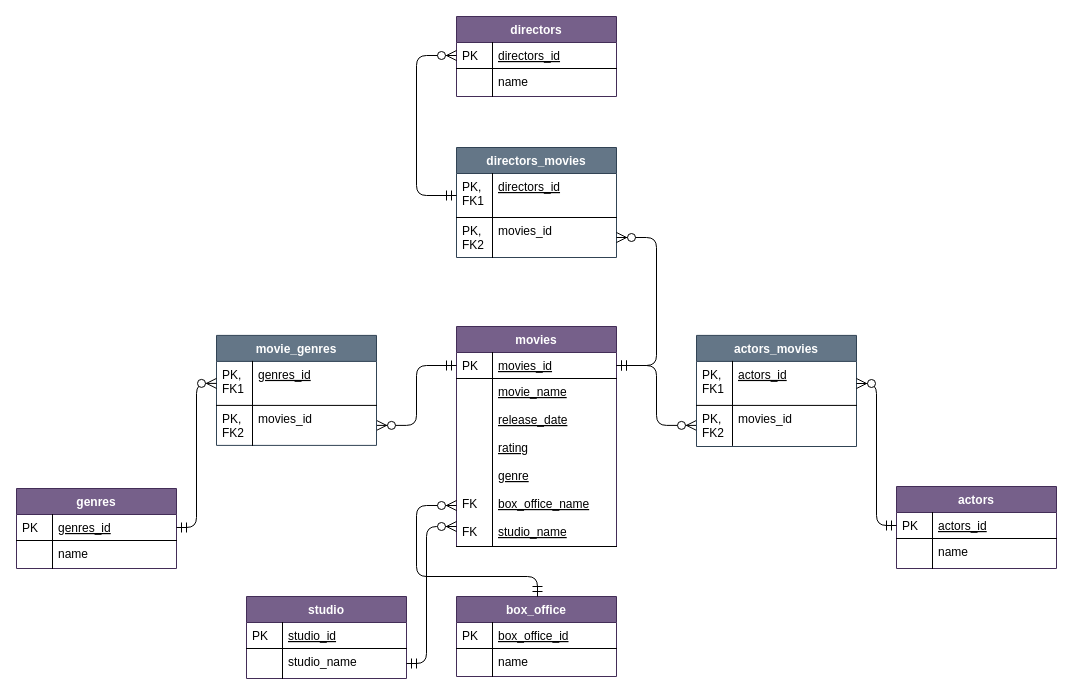
Before: Untitled Diagram.drawio in Vytautasragaisis07/db_diagram, a draw.io diagram. Source tidied: cells renumbered, new cells numbered last; positions are measured from the earlier drawing's top-left corner, leaving out a move shared by most shapes. Both pictures are drawn from the tidied source at 100%, with x=0, y=0 at pixel (16, 16).
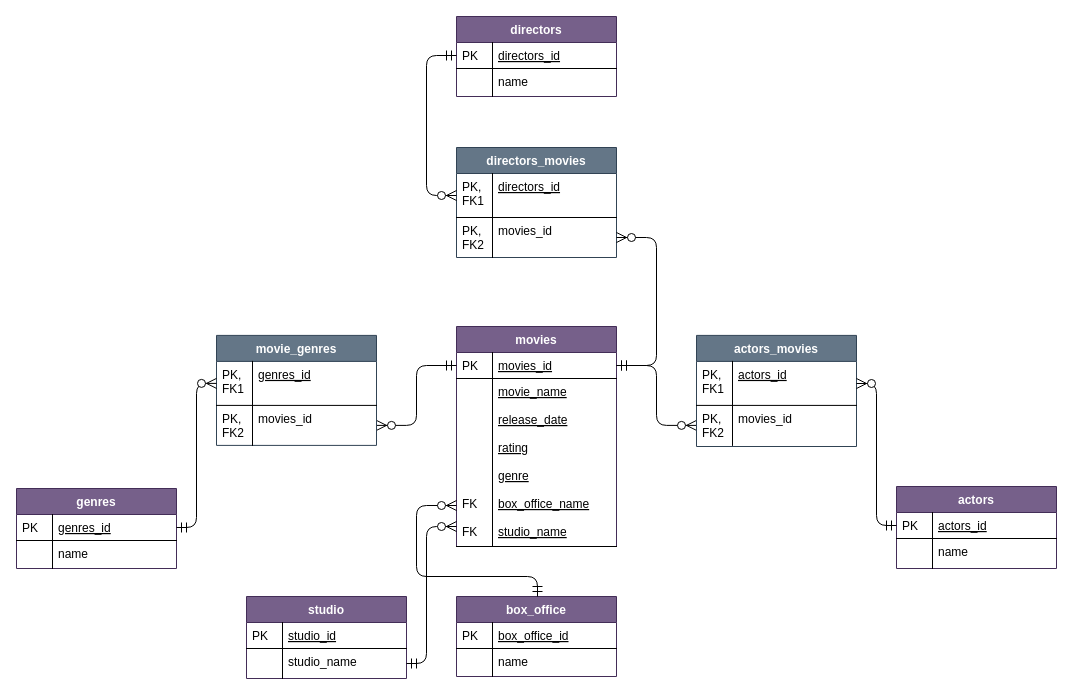
The same diagram, later.

The change refers to these unchanged cells:
```xml
<mxCell id="8" value="directors_id" style="shape=partialRectangle;top=0;left=0;right=0;bottom=1;align=left;verticalAlign=top;fillColor=none;spacingLeft=40;spacingRight=4;overflow=hidden;points=[[0,0.5],[1,0.5]];portConstraint=eastwest;rounded=0;shadow=0;strokeWidth=1;fontStyle=4;" parent="7" vertex="1">
  <mxGeometry y="26" width="160" height="44" as="geometry" />
</mxCell>
<mxCell id="48" value="directors_id" style="shape=partialRectangle;top=0;left=0;right=0;bottom=1;align=left;verticalAlign=top;fillColor=none;spacingLeft=40;spacingRight=4;overflow=hidden;points=[[0,0.5],[1,0.5]];portConstraint=eastwest;rounded=0;shadow=0;strokeWidth=1;fontStyle=4;" parent="47" vertex="1">
  <mxGeometry y="26" width="160" height="26" as="geometry" />
</mxCell>
```

The edit, as a diff of the source:
```diff
@@
-    <mxCell id="52" style="edgeStyle=orthogonalEdgeStyle;endArrow=ERzeroToMany;startArrow=ERmandOne;shadow=0;strokeWidth=1;endSize=8;startSize=8;entryX=0;entryY=0.5;entryDx=0;entryDy=0;exitX=0;exitY=0.5;exitDx=0;exitDy=0;" parent="1" edge="1" source="8" target="48">
+    <mxCell id="52" style="edgeStyle=orthogonalEdgeStyle;endArrow=ERzeroToMany;startArrow=ERmandOne;shadow=0;strokeWidth=1;endSize=8;startSize=8;entryX=0;entryY=0.5;entryDx=0;entryDy=0;exitX=0;exitY=0.5;exitDx=0;exitDy=0;" parent="1" edge="1" source="48" target="8">
       <mxGeometry relative="1" as="geometry">
         <Array as="points">
-          <mxPoint x="400" y="179" />
-          <mxPoint x="400" y="39" />
+          <mxPoint x="410" y="39" />
+          <mxPoint x="410" y="179" />
         </Array>
       </mxGeometry>
     </mxCell>
```
